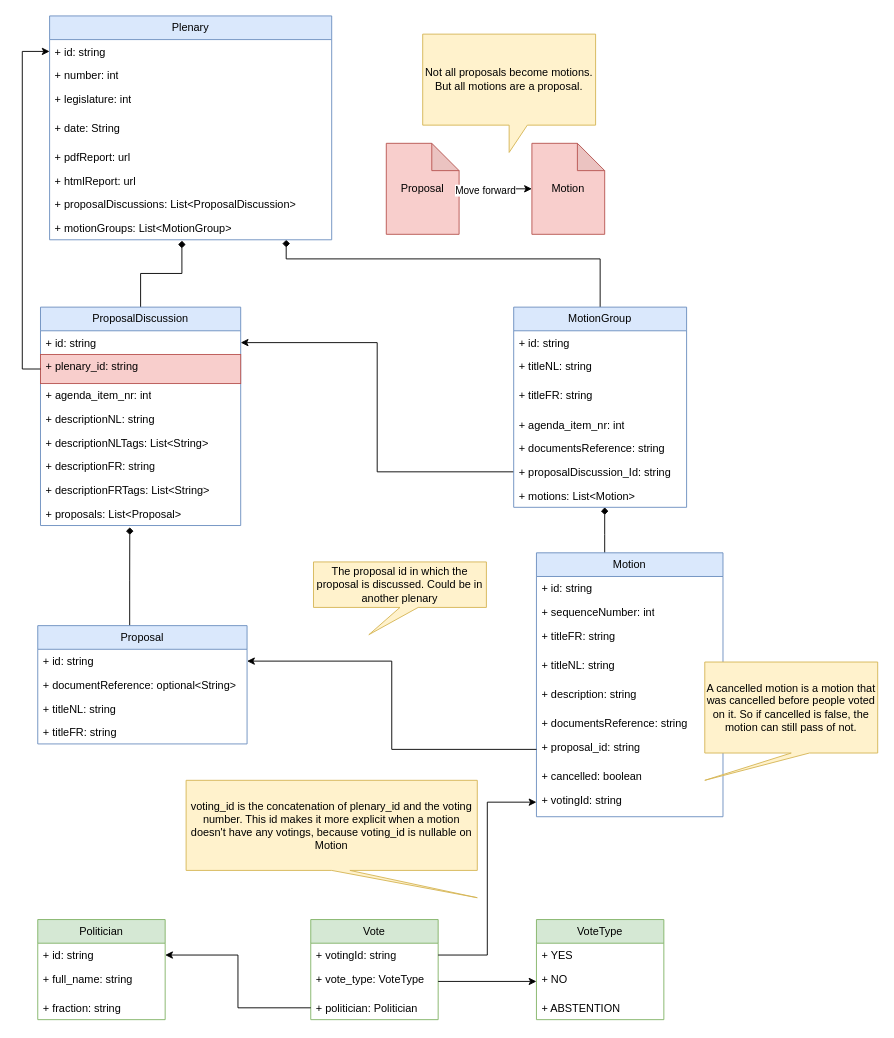
The draw.io diagram doc/drawings/data-model.drawio in transparentdemocracy/backend, before the edit. Source tidied: cells renumbered, new cells numbered last; positions are measured from the earlier drawing's top-left corner, leaving out a move shared by most shapes. Both pictures are drawn from the tidied source at 91%, with x=0, y=0 at pixel (22, 15).
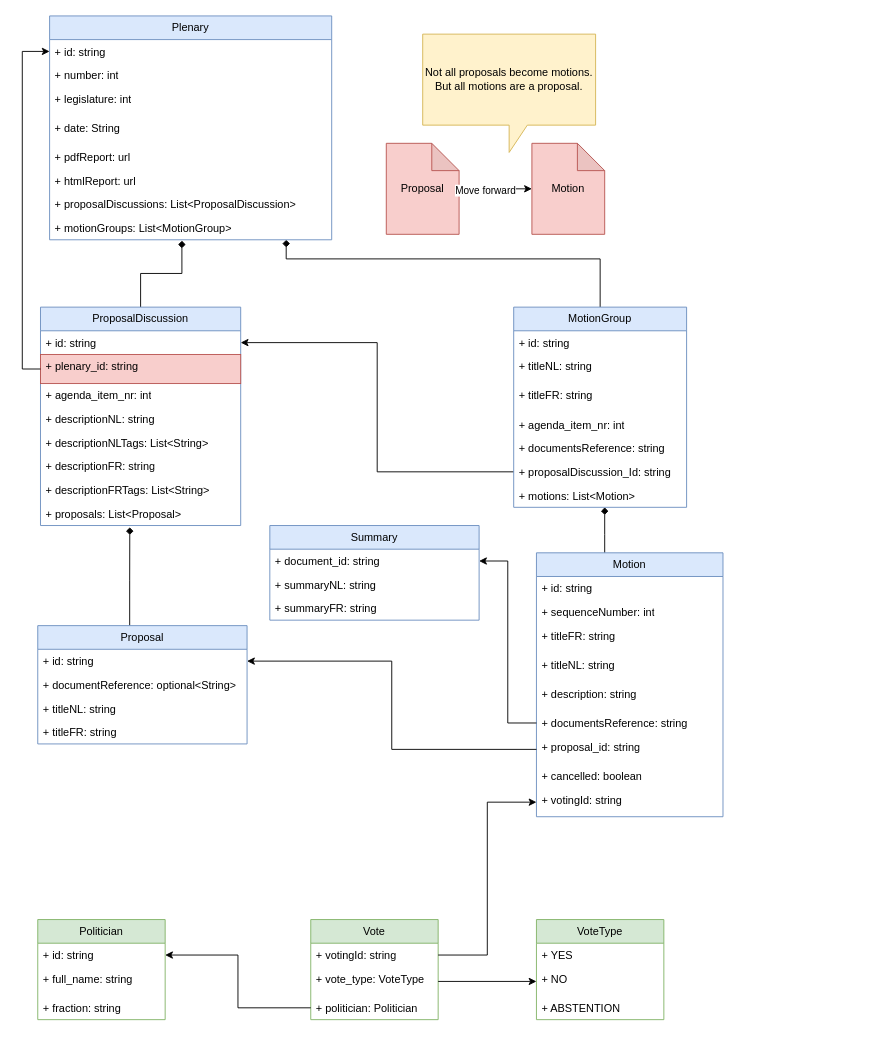
The same page after the edit.

The change refers to these unchanged cells:
```xml
<mxCell id="29" value="+ documentsReference: string" style="text;strokeColor=none;fillColor=none;align=left;verticalAlign=top;spacingLeft=4;spacingRight=4;overflow=hidden;points=[[0,0.5],[1,0.5]];portConstraint=eastwest;whiteSpace=wrap;html=1;" parent="23" vertex="1">
  <mxGeometry y="174" width="205" height="26" as="geometry" />
</mxCell>
```

The edit, as a diff of the source:
```diff
@@
-    <mxCell id="47" value="A cancelled motion is a motion that was cancelled before people voted on it. So if cancelled is false, the motion can still pass of not." style="shape=callout;whiteSpace=wrap;html=1;perimeter=calloutPerimeter;fillColor=#fff2cc;strokeColor=#d6b656;position2=0;" parent="1" vertex="1">
-      <mxGeometry x="750" y="710" width="190" height="130" as="geometry" />
-    </mxCell>
@@
-    <mxCell id="70" value="voting_id is the concatenation of plenary_id and the voting number. This id makes it more explicit when a motion doesn't have any votings, because voting_id is nullable on Motion" style="shape=callout;whiteSpace=wrap;html=1;perimeter=calloutPerimeter;fillColor=#fff2cc;strokeColor=#d6b656;position2=1;" parent="1" vertex="1">
-      <mxGeometry x="180" y="840" width="320" height="129" as="geometry" />
-    </mxCell>
@@
-    <mxCell id="72" value="The proposal id in which the proposal is discussed. Could be in another plenary" style="shape=callout;whiteSpace=wrap;html=1;perimeter=calloutPerimeter;fillColor=#fff2cc;strokeColor=#d6b656;position2=0.32;" parent="1" vertex="1">
-      <mxGeometry x="320" y="600" width="190" height="80" as="geometry" />
-    </mxCell>
+    <mxCell id="73" value="Summary" style="swimlane;fontStyle=0;horizontal=1;startSize=26;fillColor=#dae8fc;whiteSpace=wrap;html=1;strokeColor=#6c8ebf;" parent="1" vertex="1">
+      <mxGeometry x="272" y="560" width="230" height="104" as="geometry" />
+    </mxCell>
+    <mxCell id="74" value="+ document_id: string" style="text;strokeColor=none;fillColor=none;align=left;verticalAlign=top;spacingLeft=4;spacingRight=4;overflow=hidden;points=[[0,0.5],[1,0.5]];portConstraint=eastwest;whiteSpace=wrap;html=1;" parent="73" vertex="1">
+      <mxGeometry y="26" width="230" height="26" as="geometry" />
+    </mxCell>
+    <mxCell id="75" value="+ summaryNL: string" style="text;strokeColor=none;fillColor=none;align=left;verticalAlign=top;spacingLeft=4;spacingRight=4;overflow=hidden;whiteSpace=wrap;html=1;" parent="73" vertex="1">
+      <mxGeometry y="52" width="230" height="26" as="geometry" />
+    </mxCell>
+    <mxCell id="76" value="+ summaryFR: string" style="text;strokeColor=none;fillColor=none;align=left;verticalAlign=top;spacingLeft=4;spacingRight=4;overflow=hidden;whiteSpace=wrap;html=1;" parent="73" vertex="1">
+      <mxGeometry y="78" width="230" height="26" as="geometry" />
+    </mxCell>
+    <mxCell id="77" style="edgeStyle=orthogonalEdgeStyle;rounded=0;jettySize=auto;html=1;" parent="1" edge="1" source="29" target="74">
+      <mxGeometry relative="1" as="geometry" />
+    </mxCell>
```
